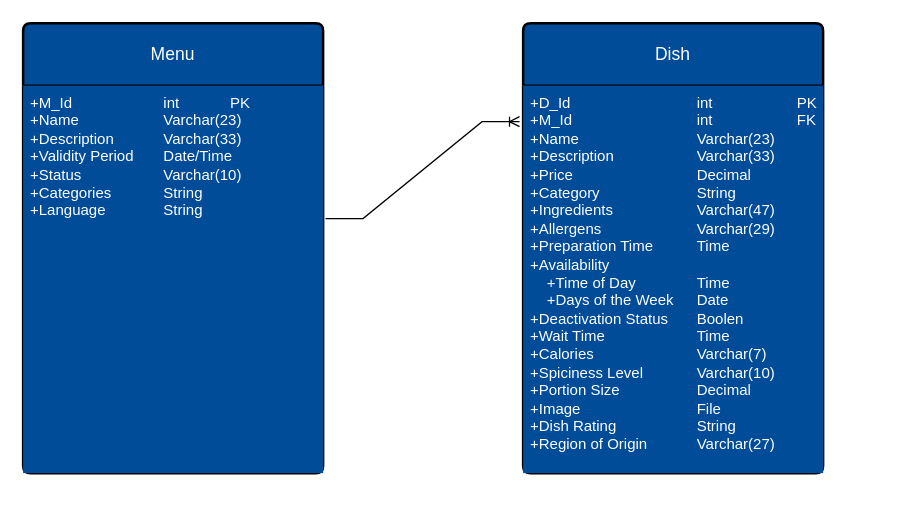
The draw.io diagram Untitled Diagram.drawio in C-Rex-B/C-_FOR_.NET, before the edit. Source tidied: cells renumbered, new cells numbered last; positions are measured from the earlier drawing's top-left corner, leaving out a move shared by most shapes. Both pictures are drawn from the tidied source at 125%, with x=0, y=0 at pixel (22, 22).
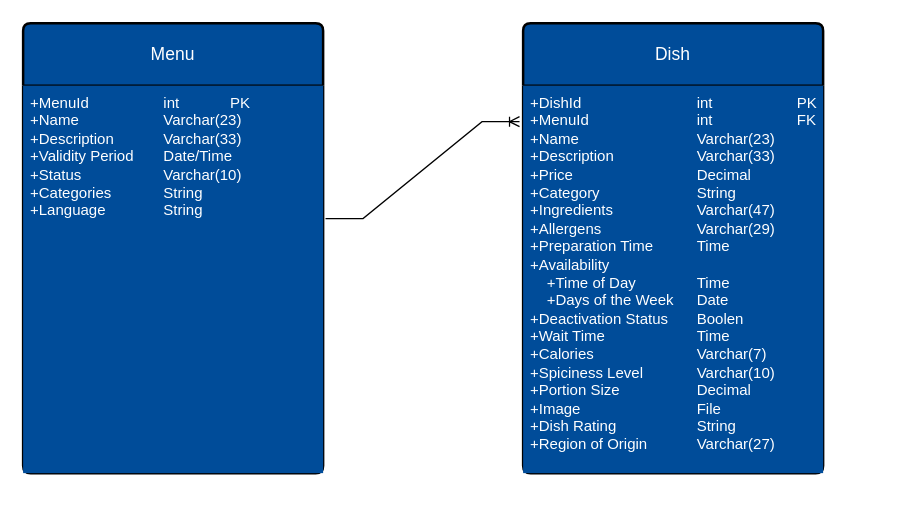
The same diagram, later.

Commit message:
ERD_Restaurant

Diff of the diagram source:
```diff
@@
 <mxGraphModel>
   <root>
     <mxCell id="0" />
     <mxCell id="1" parent="0" />
     <mxCell id="2" value="&lt;font color=&quot;#ffffff&quot;&gt;Menu&lt;/font&gt;" style="swimlane;horizontal=1;startSize=50;rounded=1;fontSize=14;fontStyle=0;strokeWidth=2;shadow=0;dashed=0;align=center;arcSize=4;whiteSpace=wrap;html=1;fillColor=#004C99;" parent="1" vertex="1">
       <mxGeometry width="240" height="360" as="geometry" />
     </mxCell>
     <mxCell id="3" style="whiteSpace=wrap;html=1;fillColor=#001933;" parent="2" vertex="1">
       <mxGeometry y="50" width="240" as="geometry" />
     </mxCell>
-    <mxCell id="4" value="&lt;font color=&quot;#ffffff&quot;&gt;+M_Id&lt;span style=&quot;white-space: pre;&quot;&gt;&#9;&lt;/span&gt;&lt;span style=&quot;white-space: pre;&quot;&gt;&#9;&lt;/span&gt;&lt;span style=&quot;white-space: pre;&quot;&gt;&#9;&lt;/span&gt;int&lt;span style=&quot;white-space: pre;&quot;&gt;&#9;&lt;span style=&quot;white-space: pre;&quot;&gt;&#9;&lt;/span&gt;PK&lt;span style=&quot;white-space: pre;&quot;&gt;&#9;&lt;/span&gt;&lt;/span&gt;&lt;br&gt;+Name&lt;span style=&quot;&quot;&gt;&lt;span style=&quot;&quot;&gt;&amp;nbsp;&amp;nbsp;&amp;nbsp;&amp;nbsp;&lt;/span&gt;&lt;/span&gt;&lt;span style=&quot;&quot;&gt;&lt;span style=&quot;&quot;&gt;&amp;nbsp;&amp;nbsp;&amp;nbsp;&amp;nbsp;&lt;/span&gt;&lt;/span&gt;&lt;span style=&quot;&quot;&gt;&lt;span style=&quot;&quot;&gt;&amp;nbsp;&amp;nbsp;&amp;nbsp;&amp;nbsp;&lt;span style=&quot;&quot;&gt;&lt;span style=&quot;white-space: pre;&quot;&gt;&amp;nbsp;&amp;nbsp;&amp;nbsp;&amp;nbsp;&lt;span style=&quot;white-space: pre;&quot;&gt;&#9;&lt;/span&gt;Varchar(23)&lt;/span&gt;&lt;/span&gt;&lt;/span&gt;&lt;/span&gt;&lt;br&gt;+Description&lt;span style=&quot;&quot;&gt;&lt;span style=&quot;&quot;&gt;&amp;nbsp;&amp;nbsp;&amp;nbsp;&amp;nbsp;&lt;/span&gt;&lt;/span&gt;&lt;span style=&quot;&quot;&gt;&lt;span style=&quot;&quot;&gt;&amp;nbsp;&amp;nbsp;&amp;nbsp;&amp;nbsp;&lt;span style=&quot;&quot;&gt;&lt;span style=&quot;white-space: pre;&quot;&gt;&amp;nbsp;&lt;span style=&quot;white-space: pre;&quot;&gt;&#9;&lt;/span&gt;Varchar(33)&lt;/span&gt;&lt;/span&gt;&lt;/span&gt;&lt;/span&gt;&lt;br&gt;+Validity Period&lt;span style=&quot;white-space: pre;&quot;&gt;&#9;&lt;/span&gt;Date/Time&lt;br&gt;+Status&lt;span style=&quot;white-space: pre;&quot;&gt;&#9;&lt;/span&gt;&lt;span style=&quot;white-space: pre;&quot;&gt;&#9;&lt;/span&gt;&lt;span style=&quot;white-space: pre;&quot;&gt;&#9;&lt;/span&gt;Varchar(10)&lt;br&gt;+Categories&lt;span style=&quot;white-space: pre;&quot;&gt;&#9;&lt;/span&gt;&lt;span style=&quot;white-space: pre;&quot;&gt;&#9;&lt;/span&gt;String&lt;br&gt;+Language&lt;span style=&quot;white-space: pre;&quot;&gt;&#9;&lt;/span&gt;&lt;span style=&quot;white-space: pre;&quot;&gt;&#9;&lt;/span&gt;String&lt;/font&gt;" style="align=left;strokeColor=none;fillColor=#004C99;spacingLeft=4;fontSize=12;verticalAlign=top;html=1;" parent="2" vertex="1">
+    <mxCell id="4" value="&lt;font color=&quot;#ffffff&quot;&gt;+MenuId&lt;span style=&quot;white-space: pre;&quot;&gt;&#9;&lt;/span&gt;&lt;span style=&quot;white-space: pre;&quot;&gt;&#9;&lt;/span&gt;&lt;span style=&quot;white-space: pre;&quot;&gt;&#9;&lt;/span&gt;int&lt;span style=&quot;white-space: pre;&quot;&gt;&#9;&lt;span style=&quot;white-space: pre;&quot;&gt;&#9;&lt;/span&gt;PK&lt;span style=&quot;white-space: pre;&quot;&gt;&#9;&lt;/span&gt;&lt;/span&gt;&lt;br&gt;+Name&lt;span style=&quot;&quot;&gt;&lt;span style=&quot;&quot;&gt;&amp;nbsp;&amp;nbsp;&amp;nbsp;&amp;nbsp;&lt;/span&gt;&lt;/span&gt;&lt;span style=&quot;&quot;&gt;&lt;span style=&quot;&quot;&gt;&amp;nbsp;&amp;nbsp;&amp;nbsp;&amp;nbsp;&lt;/span&gt;&lt;/span&gt;&lt;span style=&quot;&quot;&gt;&lt;span style=&quot;&quot;&gt;&amp;nbsp;&amp;nbsp;&amp;nbsp;&amp;nbsp;&lt;span style=&quot;&quot;&gt;&lt;span style=&quot;white-space: pre;&quot;&gt;&amp;nbsp;&amp;nbsp;&amp;nbsp;&amp;nbsp;&lt;span style=&quot;white-space: pre;&quot;&gt;&#9;&lt;/span&gt;Varchar(23)&lt;/span&gt;&lt;/span&gt;&lt;/span&gt;&lt;/span&gt;&lt;br&gt;+Description&lt;span style=&quot;&quot;&gt;&lt;span style=&quot;&quot;&gt;&amp;nbsp;&amp;nbsp;&amp;nbsp;&amp;nbsp;&lt;/span&gt;&lt;/span&gt;&lt;span style=&quot;&quot;&gt;&lt;span style=&quot;&quot;&gt;&amp;nbsp;&amp;nbsp;&amp;nbsp;&amp;nbsp;&lt;span style=&quot;&quot;&gt;&lt;span style=&quot;white-space: pre;&quot;&gt;&amp;nbsp;&lt;span style=&quot;white-space: pre;&quot;&gt;&#9;&lt;/span&gt;Varchar(33)&lt;/span&gt;&lt;/span&gt;&lt;/span&gt;&lt;/span&gt;&lt;br&gt;+Validity Period&lt;span style=&quot;white-space: pre;&quot;&gt;&#9;&lt;/span&gt;Date/Time&lt;br&gt;+Status&lt;span style=&quot;white-space: pre;&quot;&gt;&#9;&lt;/span&gt;&lt;span style=&quot;white-space: pre;&quot;&gt;&#9;&lt;/span&gt;&lt;span style=&quot;white-space: pre;&quot;&gt;&#9;&lt;/span&gt;Varchar(10)&lt;br&gt;+Categories&lt;span style=&quot;white-space: pre;&quot;&gt;&#9;&lt;/span&gt;&lt;span style=&quot;white-space: pre;&quot;&gt;&#9;&lt;/span&gt;String&lt;br&gt;+Language&lt;span style=&quot;white-space: pre;&quot;&gt;&#9;&lt;/span&gt;&lt;span style=&quot;white-space: pre;&quot;&gt;&#9;&lt;/span&gt;String&lt;/font&gt;" style="align=left;strokeColor=none;fillColor=#004C99;spacingLeft=4;fontSize=12;verticalAlign=top;html=1;" parent="2" vertex="1">
       <mxGeometry y="50" width="240" height="310" as="geometry" />
     </mxCell>
     <mxCell id="5" style="edgeStyle=orthogonalEdgeStyle;rounded=0;orthogonalLoop=1;jettySize=auto;html=1;exitX=0.5;exitY=1;exitDx=0;exitDy=0;" parent="2" edge="1" source="4" target="4">
       <mxGeometry relative="1" as="geometry" />
     </mxCell>
     <mxCell id="6" value="&lt;font color=&quot;#ffffff&quot;&gt;Dish&lt;/font&gt;" style="swimlane;horizontal=1;startSize=50;rounded=1;fontSize=14;fontStyle=0;strokeWidth=2;shadow=0;dashed=0;align=center;arcSize=4;whiteSpace=wrap;html=1;fillColor=#004C99;" parent="1" vertex="1">
       <mxGeometry x="400" width="240" height="360" as="geometry" />
     </mxCell>
-    <mxCell id="7" value="&lt;font color=&quot;#ffffff&quot;&gt;+D_Id&lt;span style=&quot;&quot;&gt;&lt;span style=&quot;&quot;&gt;&amp;nbsp;&amp;nbsp;&amp;nbsp;&amp;nbsp;&lt;/span&gt;&lt;/span&gt;&#9;&lt;span style=&quot;&quot;&gt;&amp;nbsp;&lt;span style=&quot;&quot;&gt;&lt;span style=&quot;&quot;&gt;&amp;nbsp;&amp;nbsp;&amp;nbsp;&amp;nbsp;&lt;/span&gt;&lt;/span&gt;&lt;/span&gt;&lt;span style=&quot;&quot;&gt;&lt;span style=&quot;&quot;&gt;&amp;nbsp;&amp;nbsp;&amp;nbsp;&amp;nbsp;&lt;/span&gt;&lt;/span&gt;&lt;span style=&quot;&quot;&gt;&lt;span style=&quot;&quot;&gt;&amp;nbsp;&lt;span style=&quot;white-space: pre;&quot;&gt;&#9;&lt;/span&gt;&lt;span style=&quot;white-space: pre;&quot;&gt;&#9;&lt;/span&gt;int&lt;span style=&quot;white-space: pre;&quot;&gt;&#9;&lt;/span&gt;&lt;span style=&quot;white-space: pre;&quot;&gt;&#9;&lt;/span&gt;&lt;span style=&quot;white-space: pre;&quot;&gt;&#9;&lt;/span&gt;PK&amp;nbsp;&amp;nbsp;&lt;/span&gt;&lt;/span&gt;&lt;span style=&quot;&quot;&gt;&lt;span style=&quot;&quot;&gt;&amp;nbsp; &amp;nbsp;&lt;/span&gt;&lt;/span&gt;&lt;span style=&quot;&quot;&gt;&lt;span style=&quot;&quot;&gt;&amp;nbsp;&amp;nbsp;&amp;nbsp;&amp;nbsp;&lt;/span&gt;&lt;/span&gt;&lt;span style=&quot;&quot;&gt;&lt;span style=&quot;&quot;&gt;&amp;nbsp;&amp;nbsp;&amp;nbsp;&amp;nbsp;&lt;/span&gt;&lt;/span&gt;&lt;span style=&quot;&quot;&gt;&lt;span style=&quot;&quot;&gt;&amp;nbsp;&amp;nbsp;&amp;nbsp;&amp;nbsp;&lt;/span&gt;&lt;/span&gt;&lt;br&gt;+M_Id&lt;span style=&quot;&quot;&gt;&lt;span style=&quot;&quot;&gt;&amp;nbsp;&amp;nbsp;&amp;nbsp;&amp;nbsp;&lt;/span&gt;&lt;/span&gt;&lt;span style=&quot;&quot;&gt;&lt;span style=&quot;&quot;&gt;&amp;nbsp;&amp;nbsp;&amp;nbsp;&lt;/span&gt;&lt;/span&gt;&lt;span style=&quot;&quot;&gt;&lt;span style=&quot;&quot;&gt;&amp;nbsp;&lt;/span&gt;&lt;span style=&quot;&quot;&gt;&lt;span style=&quot;&quot;&gt;&amp;nbsp;&amp;nbsp;&amp;nbsp;&amp;nbsp;&lt;/span&gt;&lt;/span&gt;&lt;/span&gt;&lt;span style=&quot;&quot;&gt;&lt;span style=&quot;&quot;&gt;&amp;nbsp;&amp;nbsp;&lt;span style=&quot;white-space: pre;&quot;&gt;&#9;&lt;/span&gt;&lt;span style=&quot;white-space: pre;&quot;&gt;&#9;&lt;/span&gt;int&lt;span style=&quot;white-space: pre;&quot;&gt;&#9;&lt;span style=&quot;white-space: pre;&quot;&gt;&#9;&lt;/span&gt;&lt;/span&gt;&lt;span style=&quot;white-space: pre;&quot;&gt;&#9;&lt;/span&gt;FK&lt;br&gt;&lt;/span&gt;&lt;/span&gt;+Name&lt;span style=&quot;white-space: pre;&quot;&gt;&#9;&lt;/span&gt;&lt;span style=&quot;white-space: pre;&quot;&gt;&#9;&lt;/span&gt;&lt;span style=&quot;white-space: pre;&quot;&gt;&#9;&lt;/span&gt;&lt;span style=&quot;white-space: pre;&quot;&gt;&#9;&lt;/span&gt;Varchar(23)&lt;br&gt;+Description&lt;span style=&quot;white-space: pre;&quot;&gt;&#9;&lt;/span&gt;&lt;span style=&quot;white-space: pre;&quot;&gt;&#9;&lt;/span&gt;&lt;span style=&quot;white-space: pre;&quot;&gt;&#9;&lt;/span&gt;Varchar(33)&lt;br&gt;+Price&lt;span style=&quot;white-space: pre;&quot;&gt;&#9;&lt;/span&gt;&lt;span style=&quot;white-space: pre;&quot;&gt;&#9;&lt;/span&gt;&lt;span style=&quot;white-space: pre;&quot;&gt;&#9;&lt;span style=&quot;white-space: pre;&quot;&gt;&#9;&lt;/span&gt;Decimal&lt;/span&gt;&lt;br&gt;+Category&lt;span style=&quot;white-space: pre;&quot;&gt;&#9;&lt;/span&gt;&lt;span style=&quot;white-space: pre;&quot;&gt;&#9;&lt;/span&gt;&lt;span style=&quot;white-space: pre;&quot;&gt;&#9;&lt;/span&gt;String&lt;br&gt;+Ingredients&lt;span style=&quot;white-space: pre;&quot;&gt;&#9;&lt;/span&gt;&lt;span style=&quot;white-space: pre;&quot;&gt;&#9;&lt;/span&gt;&lt;span style=&quot;white-space: pre;&quot;&gt;&#9;&lt;/span&gt;Varchar(47)&lt;br&gt;+Allergens&lt;span style=&quot;white-space: pre;&quot;&gt;&#9;&lt;/span&gt;&lt;span style=&quot;white-space: pre;&quot;&gt;&#9;&lt;/span&gt;&lt;span style=&quot;white-space: pre;&quot;&gt;&#9;&lt;/span&gt;Varchar(29)&lt;br&gt;+Preparation Time&lt;span style=&quot;white-space: pre;&quot;&gt;&#9;&lt;/span&gt;&lt;span style=&quot;white-space: pre;&quot;&gt;&#9;&lt;/span&gt;Time&lt;br&gt;+Availability&lt;br&gt;&lt;span style=&quot;&quot;&gt;&lt;span style=&quot;&quot;&gt;&amp;nbsp;&amp;nbsp;&amp;nbsp;&amp;nbsp;&lt;/span&gt;&lt;/span&gt;+Time of Day&lt;span style=&quot;white-space: pre;&quot;&gt;&#9;&lt;/span&gt;&lt;span style=&quot;white-space: pre;&quot;&gt;&#9;&lt;/span&gt;Time&lt;br&gt;&amp;nbsp; &amp;nbsp; +Days of the Week&lt;span style=&quot;white-space: pre;&quot;&gt;&#9;&lt;/span&gt;Date&lt;br&gt;+Deactivation Status&lt;span style=&quot;white-space: pre;&quot;&gt;&#9;&lt;/span&gt;Boolen&lt;br&gt;+Wait Time&lt;span style=&quot;white-space: pre;&quot;&gt;&#9;&lt;/span&gt;&lt;span style=&quot;white-space: pre;&quot;&gt;&#9;&lt;/span&gt;&lt;span style=&quot;white-space: pre;&quot;&gt;&#9;&lt;/span&gt;Time&lt;br&gt;+Calories&lt;span style=&quot;white-space: pre;&quot;&gt;&#9;&lt;/span&gt;&lt;span style=&quot;white-space: pre;&quot;&gt;&#9;&lt;/span&gt;&lt;span style=&quot;white-space: pre;&quot;&gt;&#9;&lt;/span&gt;&lt;span style=&quot;white-space: pre;&quot;&gt;&#9;&lt;/span&gt;Varchar(7)&lt;br&gt;+Spiciness Level&lt;span style=&quot;white-space: pre;&quot;&gt;&#9;&lt;/span&gt;&lt;span style=&quot;white-space: pre;&quot;&gt;&#9;&lt;/span&gt;Varchar(10)&lt;br&gt;+Portion Size&lt;span style=&quot;white-space: pre;&quot;&gt;&#9;&lt;/span&gt;&lt;span style=&quot;white-space: pre;&quot;&gt;&#9;&lt;/span&gt;&lt;span style=&quot;white-space: pre;&quot;&gt;&#9;&lt;/span&gt;Decimal&lt;br&gt;+Image&lt;span style=&quot;white-space: pre;&quot;&gt;&#9;&lt;/span&gt;&lt;span style=&quot;white-space: pre;&quot;&gt;&#9;&lt;/span&gt;&lt;span style=&quot;white-space: pre;&quot;&gt;&#9;&lt;/span&gt;&lt;span style=&quot;white-space: pre;&quot;&gt;&#9;&lt;/span&gt;File&lt;br&gt;+Dish Rating&lt;span style=&quot;white-space: pre;&quot;&gt;&#9;&lt;/span&gt;&lt;span style=&quot;white-space: pre;&quot;&gt;&#9;&lt;/span&gt;&lt;span style=&quot;white-space: pre;&quot;&gt;&#9;&lt;/span&gt;String&lt;br&gt;+Region of Origin&lt;span style=&quot;white-space: pre;&quot;&gt;&#9;&lt;/span&gt;&lt;span style=&quot;white-space: pre;&quot;&gt;&#9;&lt;/span&gt;Varchar(27)&lt;/font&gt;" style="align=left;strokeColor=none;fillColor=#004C99;spacingLeft=4;fontSize=12;verticalAlign=top;html=1;" parent="6" vertex="1">
+    <mxCell id="7" value="&lt;font color=&quot;#ffffff&quot;&gt;+DishId&lt;span style=&quot;&quot;&gt;&lt;span style=&quot;&quot;&gt;&amp;nbsp; &amp;nbsp;&amp;nbsp;&lt;/span&gt;&lt;/span&gt;&#9;&lt;span style=&quot;&quot;&gt;&amp;nbsp;&lt;span style=&quot;&quot;&gt;&lt;span style=&quot;&quot;&gt;&amp;nbsp;&amp;nbsp;&amp;nbsp;&amp;nbsp;&lt;/span&gt;&lt;/span&gt;&lt;/span&gt;&lt;span style=&quot;&quot;&gt;&lt;span style=&quot;&quot;&gt;&amp;nbsp;&amp;nbsp;&amp;nbsp;&amp;nbsp;&lt;/span&gt;&lt;/span&gt;&lt;span style=&quot;&quot;&gt;&lt;span style=&quot;&quot;&gt;&amp;nbsp;&lt;span style=&quot;white-space: pre;&quot;&gt;&#9;&lt;/span&gt;&lt;span style=&quot;white-space: pre;&quot;&gt;&#9;&lt;/span&gt;int&lt;span style=&quot;white-space: pre;&quot;&gt;&#9;&lt;/span&gt;&lt;span style=&quot;white-space: pre;&quot;&gt;&#9;&lt;/span&gt;&lt;span style=&quot;white-space: pre;&quot;&gt;&#9;&lt;/span&gt;PK&amp;nbsp;&amp;nbsp;&lt;/span&gt;&lt;/span&gt;&lt;span style=&quot;&quot;&gt;&lt;span style=&quot;&quot;&gt;&amp;nbsp; &amp;nbsp;&lt;/span&gt;&lt;/span&gt;&lt;span style=&quot;&quot;&gt;&lt;span style=&quot;&quot;&gt;&amp;nbsp;&amp;nbsp;&amp;nbsp;&amp;nbsp;&lt;/span&gt;&lt;/span&gt;&lt;span style=&quot;&quot;&gt;&lt;span style=&quot;&quot;&gt;&amp;nbsp;&amp;nbsp;&amp;nbsp;&amp;nbsp;&lt;/span&gt;&lt;/span&gt;&lt;span style=&quot;&quot;&gt;&lt;span style=&quot;&quot;&gt;&amp;nbsp;&amp;nbsp;&amp;nbsp;&amp;nbsp;&lt;/span&gt;&lt;/span&gt;&lt;br&gt;+MenuId&lt;span style=&quot;&quot;&gt;&lt;span style=&quot;&quot;&gt;&amp;nbsp;&amp;nbsp;&lt;/span&gt;&lt;/span&gt;&lt;span style=&quot;&quot;&gt;&lt;span style=&quot;&quot;&gt;&amp;nbsp;&amp;nbsp;&amp;nbsp;&lt;/span&gt;&lt;/span&gt;&lt;span style=&quot;&quot;&gt;&lt;span style=&quot;&quot;&gt;&amp;nbsp;&lt;/span&gt;&lt;span style=&quot;&quot;&gt;&lt;span style=&quot;&quot;&gt;&amp;nbsp;&amp;nbsp;&amp;nbsp;&amp;nbsp;&lt;/span&gt;&lt;/span&gt;&lt;/span&gt;&lt;span style=&quot;&quot;&gt;&lt;span style=&quot;&quot;&gt;&amp;nbsp;&amp;nbsp;&lt;span style=&quot;white-space: pre;&quot;&gt;&#9;&lt;/span&gt;&lt;span style=&quot;white-space: pre;&quot;&gt;&#9;&lt;/span&gt;int&lt;span style=&quot;white-space: pre;&quot;&gt;&#9;&lt;span style=&quot;white-space: pre;&quot;&gt;&#9;&lt;/span&gt;&lt;/span&gt;&lt;span style=&quot;white-space: pre;&quot;&gt;&#9;&lt;/span&gt;FK&lt;br&gt;&lt;/span&gt;&lt;/span&gt;+Name&lt;span style=&quot;white-space: pre;&quot;&gt;&#9;&lt;/span&gt;&lt;span style=&quot;white-space: pre;&quot;&gt;&#9;&lt;/span&gt;&lt;span style=&quot;white-space: pre;&quot;&gt;&#9;&lt;/span&gt;&lt;span style=&quot;white-space: pre;&quot;&gt;&#9;&lt;/span&gt;Varchar(23)&lt;br&gt;+Description&lt;span style=&quot;white-space: pre;&quot;&gt;&#9;&lt;/span&gt;&lt;span style=&quot;white-space: pre;&quot;&gt;&#9;&lt;/span&gt;&lt;span style=&quot;white-space: pre;&quot;&gt;&#9;&lt;/span&gt;Varchar(33)&lt;br&gt;+Price&lt;span style=&quot;white-space: pre;&quot;&gt;&#9;&lt;/span&gt;&lt;span style=&quot;white-space: pre;&quot;&gt;&#9;&lt;/span&gt;&lt;span style=&quot;white-space: pre;&quot;&gt;&#9;&lt;span style=&quot;white-space: pre;&quot;&gt;&#9;&lt;/span&gt;Decimal&lt;/span&gt;&lt;br&gt;+Category&lt;span style=&quot;white-space: pre;&quot;&gt;&#9;&lt;/span&gt;&lt;span style=&quot;white-space: pre;&quot;&gt;&#9;&lt;/span&gt;&lt;span style=&quot;white-space: pre;&quot;&gt;&#9;&lt;/span&gt;String&lt;br&gt;+Ingredients&lt;span style=&quot;white-space: pre;&quot;&gt;&#9;&lt;/span&gt;&lt;span style=&quot;white-space: pre;&quot;&gt;&#9;&lt;/span&gt;&lt;span style=&quot;white-space: pre;&quot;&gt;&#9;&lt;/span&gt;Varchar(47)&lt;br&gt;+Allergens&lt;span style=&quot;white-space: pre;&quot;&gt;&#9;&lt;/span&gt;&lt;span style=&quot;white-space: pre;&quot;&gt;&#9;&lt;/span&gt;&lt;span style=&quot;white-space: pre;&quot;&gt;&#9;&lt;/span&gt;Varchar(29)&lt;br&gt;+Preparation Time&lt;span style=&quot;white-space: pre;&quot;&gt;&#9;&lt;/span&gt;&lt;span style=&quot;white-space: pre;&quot;&gt;&#9;&lt;/span&gt;Time&lt;br&gt;+Availability&lt;br&gt;&lt;span style=&quot;&quot;&gt;&lt;span style=&quot;&quot;&gt;&amp;nbsp;&amp;nbsp;&amp;nbsp;&amp;nbsp;&lt;/span&gt;&lt;/span&gt;+Time of Day&lt;span style=&quot;white-space: pre;&quot;&gt;&#9;&lt;/span&gt;&lt;span style=&quot;white-space: pre;&quot;&gt;&#9;&lt;/span&gt;Time&lt;br&gt;&amp;nbsp; &amp;nbsp; +Days of the Week&lt;span style=&quot;white-space: pre;&quot;&gt;&#9;&lt;/span&gt;Date&lt;br&gt;+Deactivation Status&lt;span style=&quot;white-space: pre;&quot;&gt;&#9;&lt;/span&gt;Boolen&lt;br&gt;+Wait Time&lt;span style=&quot;white-space: pre;&quot;&gt;&#9;&lt;/span&gt;&lt;span style=&quot;white-space: pre;&quot;&gt;&#9;&lt;/span&gt;&lt;span style=&quot;white-space: pre;&quot;&gt;&#9;&lt;/span&gt;Time&lt;br&gt;+Calories&lt;span style=&quot;white-space: pre;&quot;&gt;&#9;&lt;/span&gt;&lt;span style=&quot;white-space: pre;&quot;&gt;&#9;&lt;/span&gt;&lt;span style=&quot;white-space: pre;&quot;&gt;&#9;&lt;/span&gt;&lt;span style=&quot;white-space: pre;&quot;&gt;&#9;&lt;/span&gt;Varchar(7)&lt;br&gt;+Spiciness Level&lt;span style=&quot;white-space: pre;&quot;&gt;&#9;&lt;/span&gt;&lt;span style=&quot;white-space: pre;&quot;&gt;&#9;&lt;/span&gt;Varchar(10)&lt;br&gt;+Portion Size&lt;span style=&quot;white-space: pre;&quot;&gt;&#9;&lt;/span&gt;&lt;span style=&quot;white-space: pre;&quot;&gt;&#9;&lt;/span&gt;&lt;span style=&quot;white-space: pre;&quot;&gt;&#9;&lt;/span&gt;Decimal&lt;br&gt;+Image&lt;span style=&quot;white-space: pre;&quot;&gt;&#9;&lt;/span&gt;&lt;span style=&quot;white-space: pre;&quot;&gt;&#9;&lt;/span&gt;&lt;span style=&quot;white-space: pre;&quot;&gt;&#9;&lt;/span&gt;&lt;span style=&quot;white-space: pre;&quot;&gt;&#9;&lt;/span&gt;File&lt;br&gt;+Dish Rating&lt;span style=&quot;white-space: pre;&quot;&gt;&#9;&lt;/span&gt;&lt;span style=&quot;white-space: pre;&quot;&gt;&#9;&lt;/span&gt;&lt;span style=&quot;white-space: pre;&quot;&gt;&#9;&lt;/span&gt;String&lt;br&gt;+Region of Origin&lt;span style=&quot;white-space: pre;&quot;&gt;&#9;&lt;/span&gt;&lt;span style=&quot;white-space: pre;&quot;&gt;&#9;&lt;/span&gt;Varchar(27)&lt;/font&gt;" style="align=left;strokeColor=none;fillColor=#004C99;spacingLeft=4;fontSize=12;verticalAlign=top;html=1;" parent="6" vertex="1">
       <mxGeometry y="50" width="240" height="310" as="geometry" />
     </mxCell>
     <mxCell id="8" style="edgeStyle=entityRelationEdgeStyle;fontSize=12;html=1;endArrow=ERoneToMany;rounded=0;entryX=-0.012;entryY=0.093;entryDx=0;entryDy=0;entryPerimeter=0;exitX=1.008;exitY=0.343;exitDx=0;exitDy=0;exitPerimeter=0;" parent="1" edge="1" source="4" target="7">
       <mxGeometry relative="1" as="geometry">
         <Array as="points">
           <mxPoint x="325.2" y="2412.1" />
           <mxPoint x="260" y="2690" />
         </Array>
       </mxGeometry>
     </mxCell>
   </root>
 </mxGraphModel>
```
